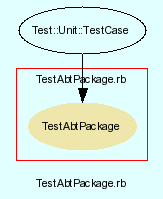
The Graphviz diagram src/trunk/doc/dot/f_12.png in eschabell/abtlinux, before a commit. Its source is kept beside it as src/trunk/doc/dot/f_12.dot.
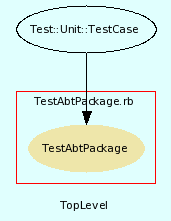
The same diagram one commit later.

The edit, as a diff of the source:
```diff
@@ -3,7 +3,7 @@
     bgcolor = lightcyan1
     fontname = Arial
     fontsize = 8
-    label = "TestAbtPackage.rb"
+    label = "TopLevel"
     node [
         fontname = Arial,
         fontsize = 8,
```
